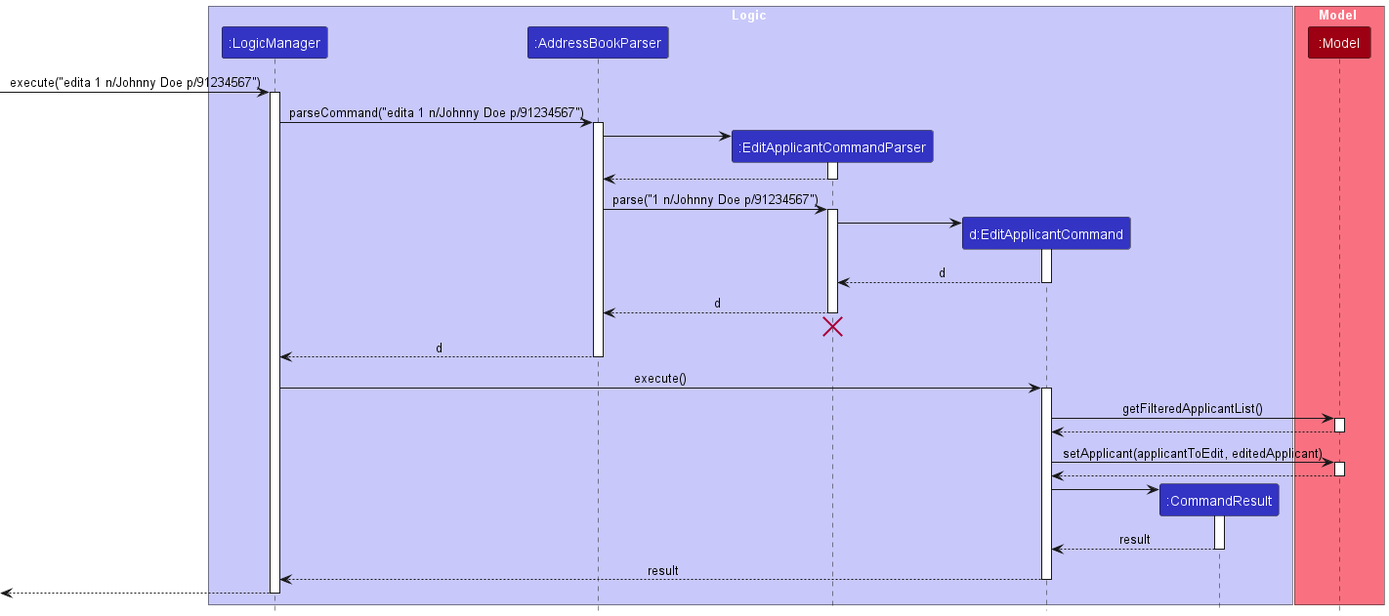
This is docs/images/EditApplicantSequenceDiagram.png from nus-cs2103-AY2324S1/tp, a PlantUML export, as it was before one commit.
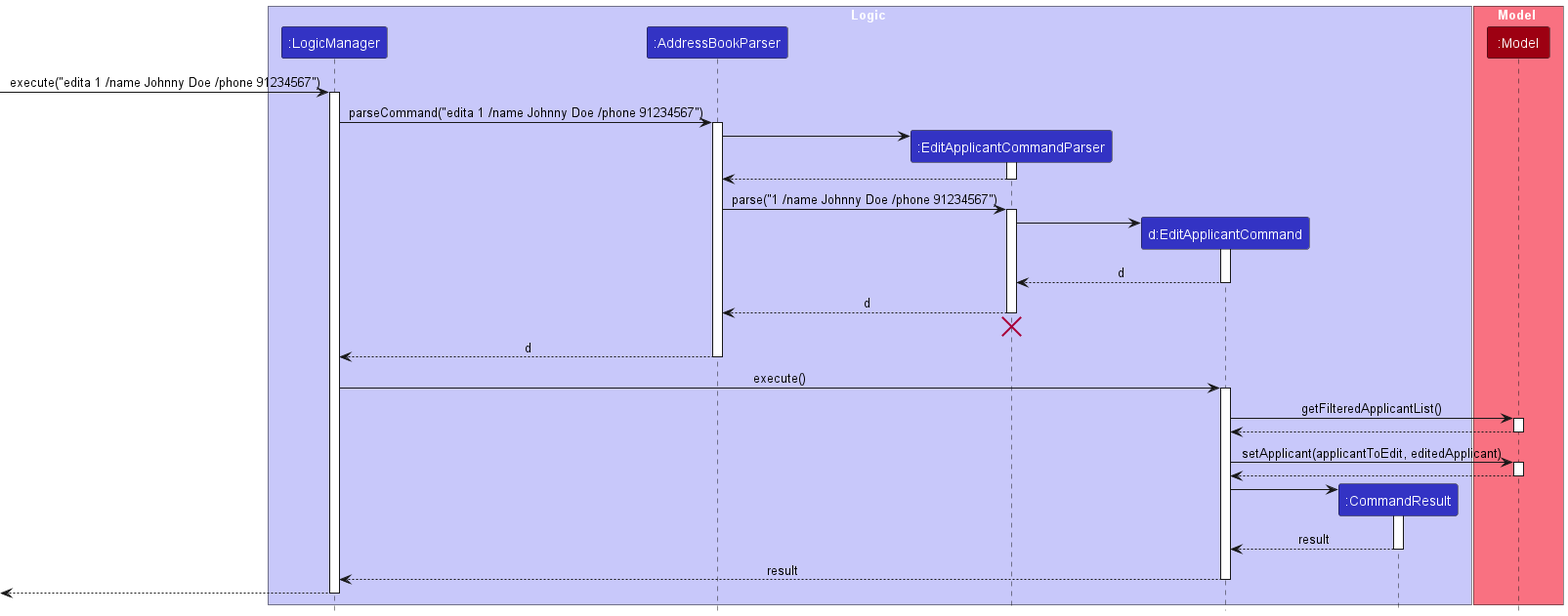
Later version of the same file.

Commit message:
Update Sequence Diagram

The edit, as a diff of the source:
```diff
@@ -14,10 +14,10 @@
 participant ":Model" as Model MODEL_COLOR
 end box
 
-[-> LogicManager : execute("edita 1 n/Johnny Doe p/91234567")
+[-> LogicManager : execute("edita 1 /name Johnny Doe /phone 91234567")
 activate LogicManager
 
-LogicManager -> AddressBookParser : parseCommand("edita 1 n/Johnny Doe p/91234567")
+LogicManager -> AddressBookParser : parseCommand("edita 1 /name Johnny Doe /phone 91234567")
 activate AddressBookParser
 
 create EditApplicantCommandParser
@@ -27,7 +27,7 @@
 EditApplicantCommandParser --> AddressBookParser
 deactivate EditApplicantCommandParser
 
-AddressBookParser -> EditApplicantCommandParser : parse("1 n/Johnny Doe p/91234567")
+AddressBookParser -> EditApplicantCommandParser : parse("1 /name Johnny Doe /phone 91234567")
 activate EditApplicantCommandParser
 
 create EditApplicantCommand
```
